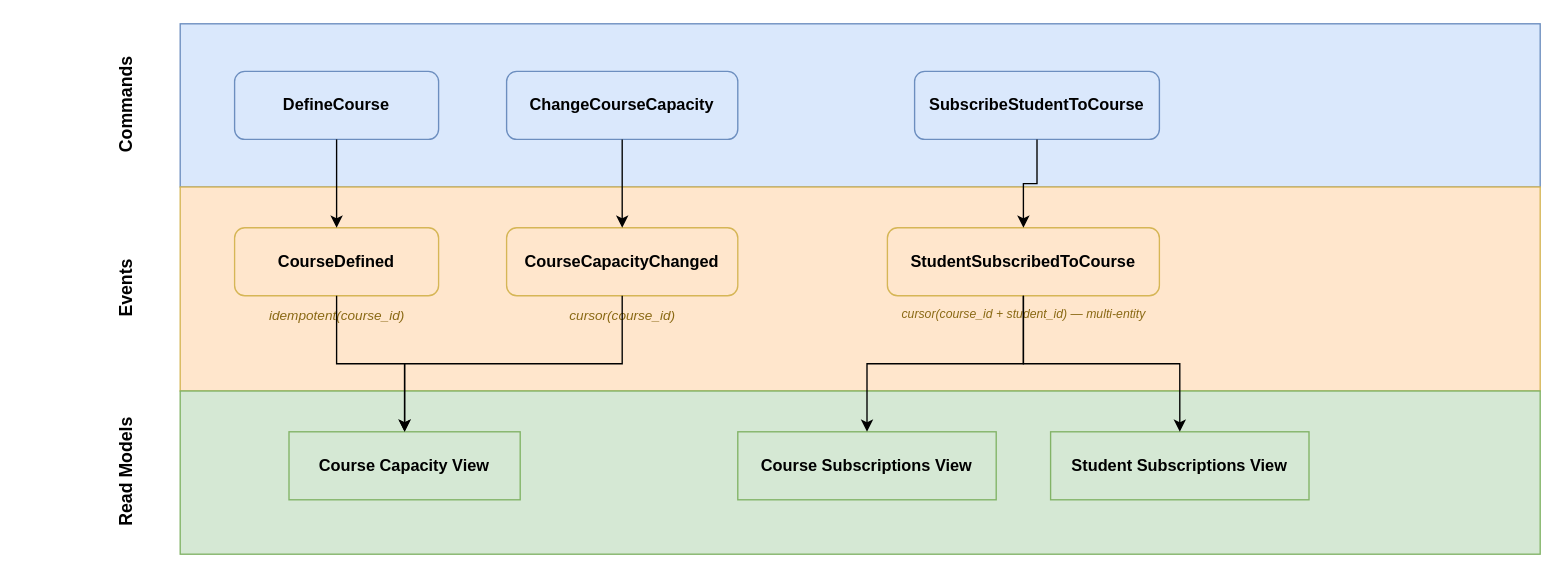
The draw.io diagram shared-examples-domain/docs/course-event-model.drawio in rodolfodpk/spring-crablet, before the edit. Source tidied: cells renumbered, new cells numbered last; positions are measured from the earlier drawing's top-left corner, leaving out a move shared by most shapes. Both pictures are drawn from the tidied source at 136%, with x=0, y=0 at pixel (71, 23).
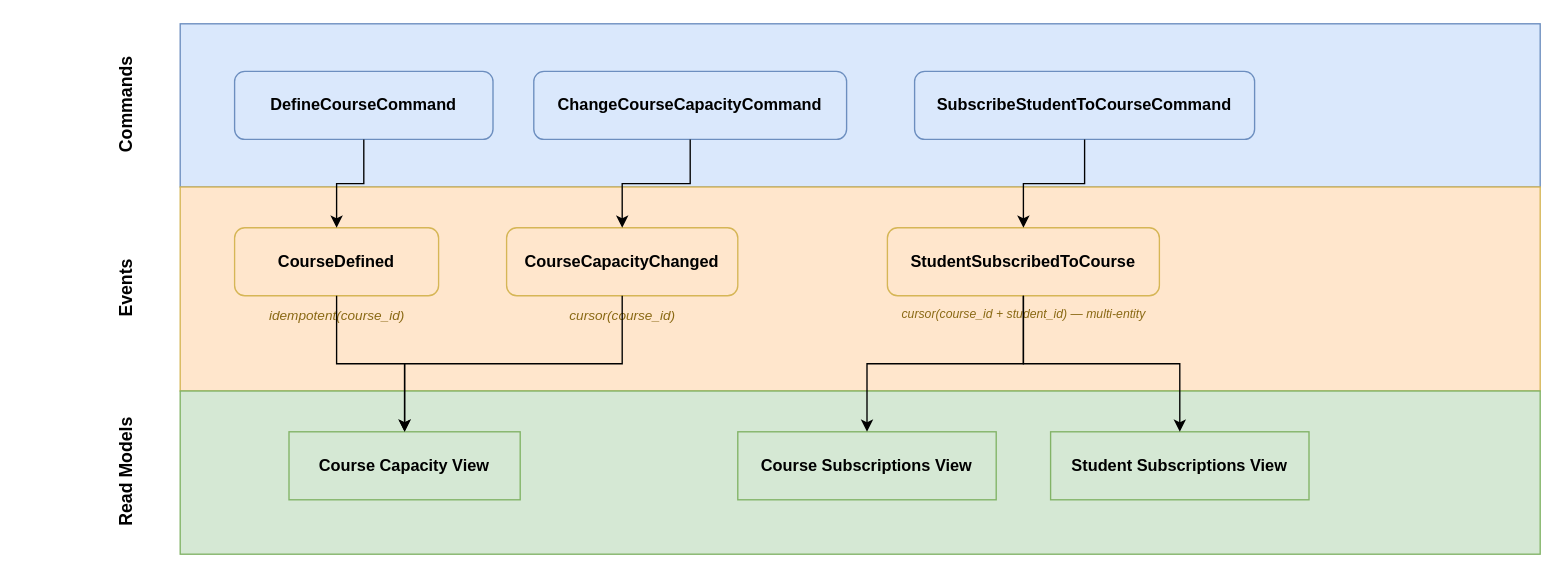
The same page after the edit.

Commit message (it also covers changes not shown here):
docs: update event model command names

The edit, as a diff of the source:
```diff
@@
-    <mxCell id="8" value="DefineCourse" style="rounded=1;whiteSpace=wrap;html=1;fillColor=#dae8fc;strokeColor=#6c8ebf;fontSize=12;fontStyle=1;" parent="1" vertex="1">
-      <mxGeometry x="120" y="35" width="150" height="50" as="geometry" />
+    <mxCell id="8" value="DefineCourseCommand" style="rounded=1;whiteSpace=wrap;html=1;fillColor=#dae8fc;strokeColor=#6c8ebf;fontSize=12;fontStyle=1;" parent="1" vertex="1">
+      <mxGeometry x="120" y="35" width="190" height="50" as="geometry" />
     </mxCell>
-    <mxCell id="9" value="ChangeCourseCapacity" style="rounded=1;whiteSpace=wrap;html=1;fillColor=#dae8fc;strokeColor=#6c8ebf;fontSize=12;fontStyle=1;" parent="1" vertex="1">
-      <mxGeometry x="320" y="35" width="170" height="50" as="geometry" />
+    <mxCell id="9" value="ChangeCourseCapacityCommand" style="rounded=1;whiteSpace=wrap;html=1;fillColor=#dae8fc;strokeColor=#6c8ebf;fontSize=12;fontStyle=1;" parent="1" vertex="1">
+      <mxGeometry x="340" y="35" width="230" height="50" as="geometry" />
     </mxCell>
-    <mxCell id="10" value="SubscribeStudentToCourse" style="rounded=1;whiteSpace=wrap;html=1;fillColor=#dae8fc;strokeColor=#6c8ebf;fontSize=12;fontStyle=1;" parent="1" vertex="1">
-      <mxGeometry x="620" y="35" width="180" height="50" as="geometry" />
+    <mxCell id="10" value="SubscribeStudentToCourseCommand" style="rounded=1;whiteSpace=wrap;html=1;fillColor=#dae8fc;strokeColor=#6c8ebf;fontSize=12;fontStyle=1;" parent="1" vertex="1">
+      <mxGeometry x="620" y="35" width="250" height="50" as="geometry" />
     </mxCell>
```
